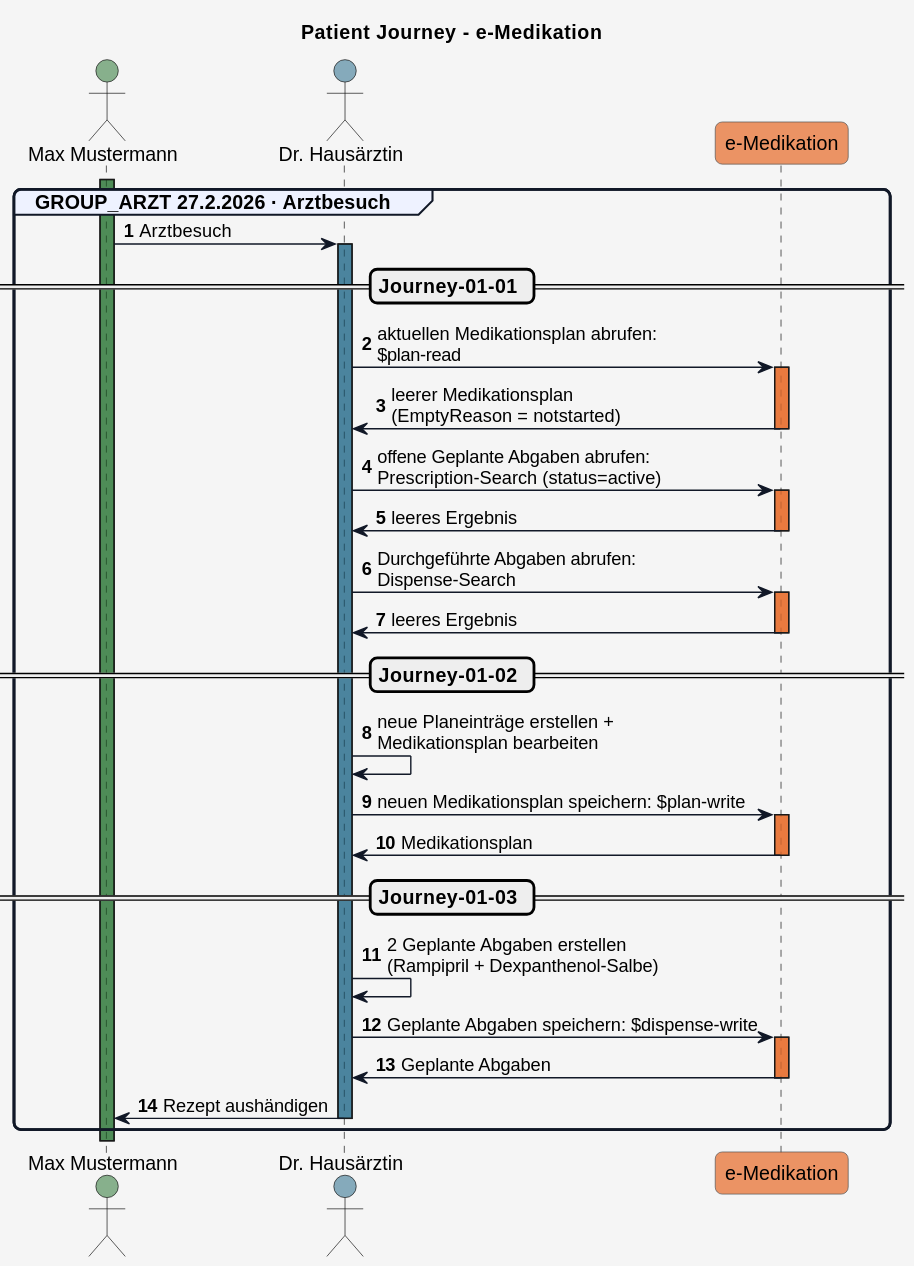
HL7Austria/hl7austria.github.io keeps this PlantUML diagram as r4-ELGA-e-Medikation-main/plantuml/patient_journey_01.svg. Above is the earlier version.
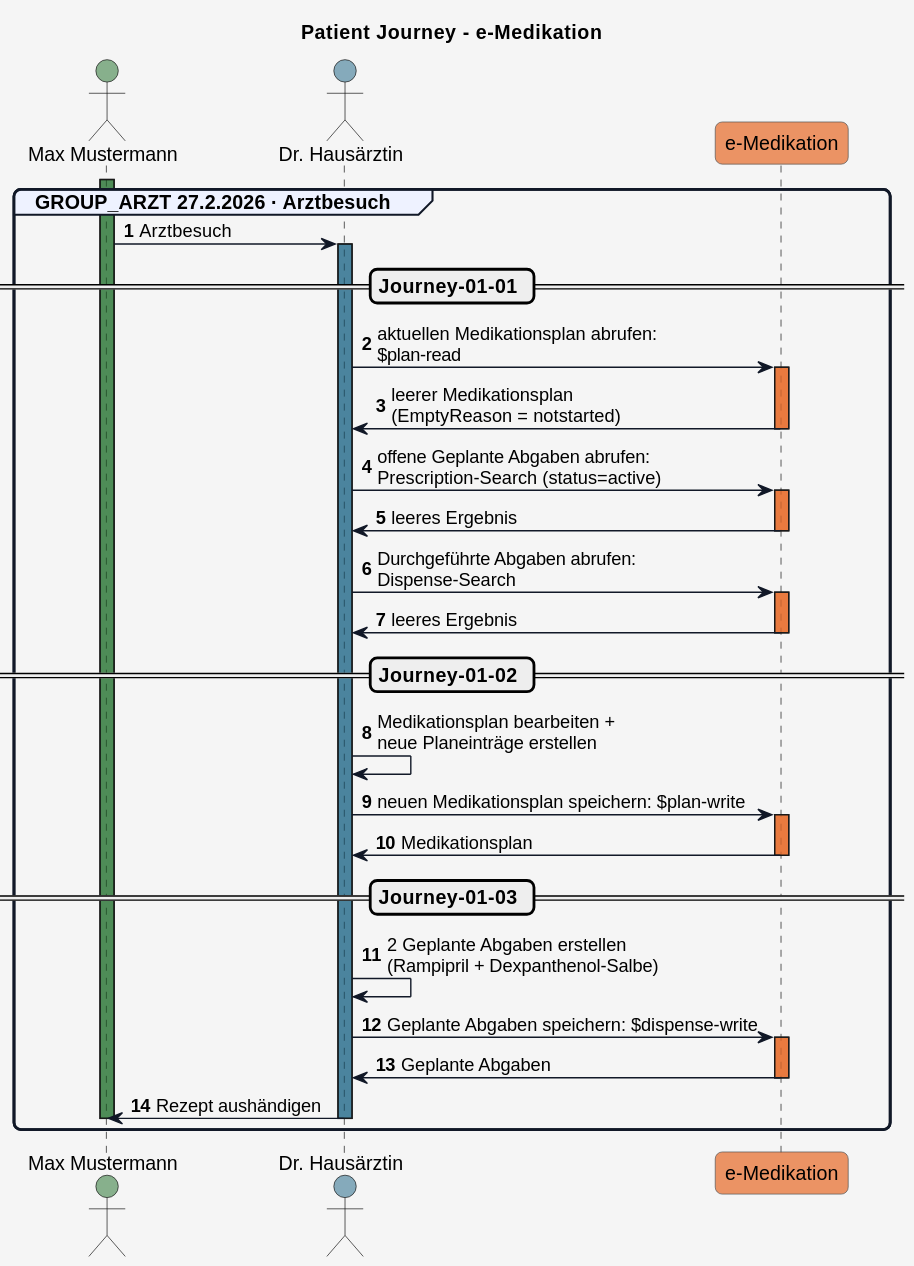
The same file after the commit.

Change to the diagram source:
```diff
@@ -81,7 +81,7 @@
 
   == Journey-01-02 ==
 
-  Arzt_1 -> Arzt_1: neue Planeinträge erstellen +\nMedikationsplan bearbeiten
+  Arzt_1 -> Arzt_1: Medikationsplan bearbeiten +\nneue Planeinträge erstellen
   Arzt_1 -> eMed_FA: neuen Medikationsplan speichern: $plan-write
   activate eMed_FA COLOR_EMED_FA
   eMed_FA -> Arzt_1: Medikationsplan
@@ -96,6 +96,7 @@
   deactivate eMed_FA
   Arzt_1 -> Patient: Rezept aushändigen
   deactivate Arzt_1
+  deactivate Patient
 
 end
 @enduml
```
